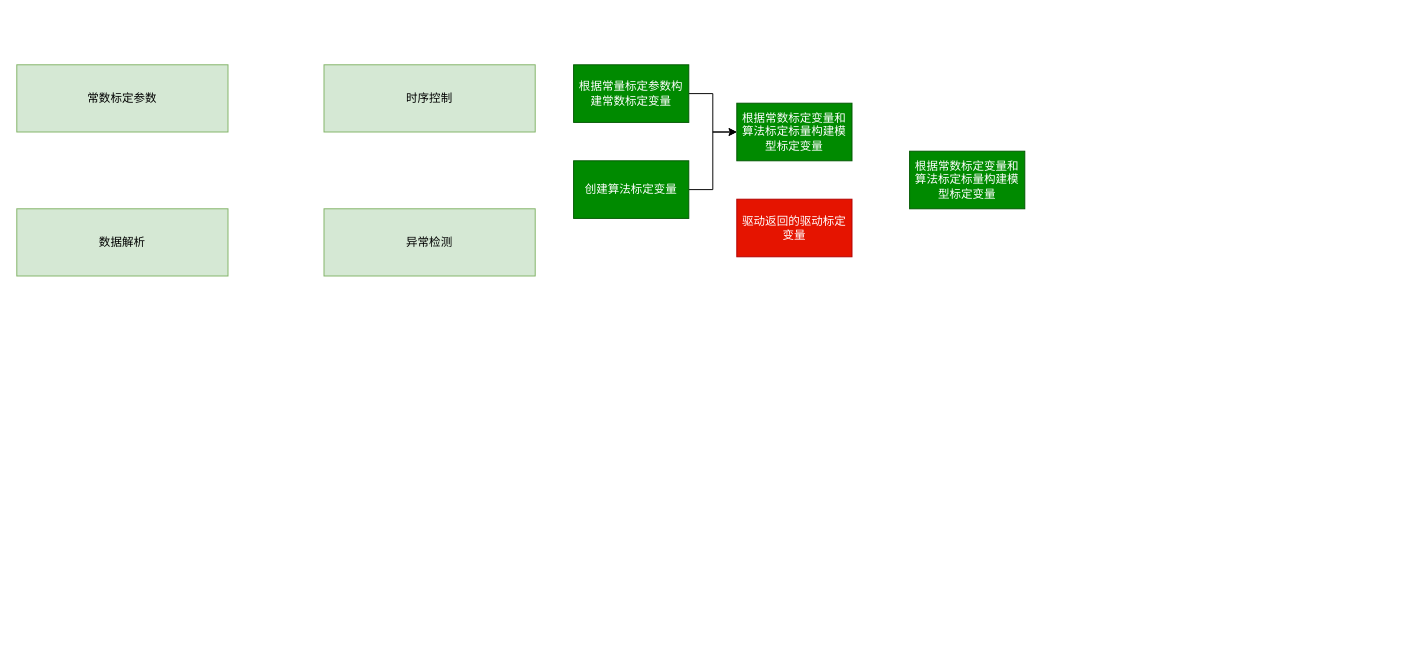
Earlier version of the draw.io diagram YDU2.0/超声波底层模型APAC模型.drawio (bugquella/diagrams). Source tidied: cells renumbered, new cells numbered last; positions are measured from the earlier drawing's top-left corner, leaving out a move shared by most shapes. Both pictures are drawn from the tidied source at 96%, with x=0, y=0 at pixel (16, 64).
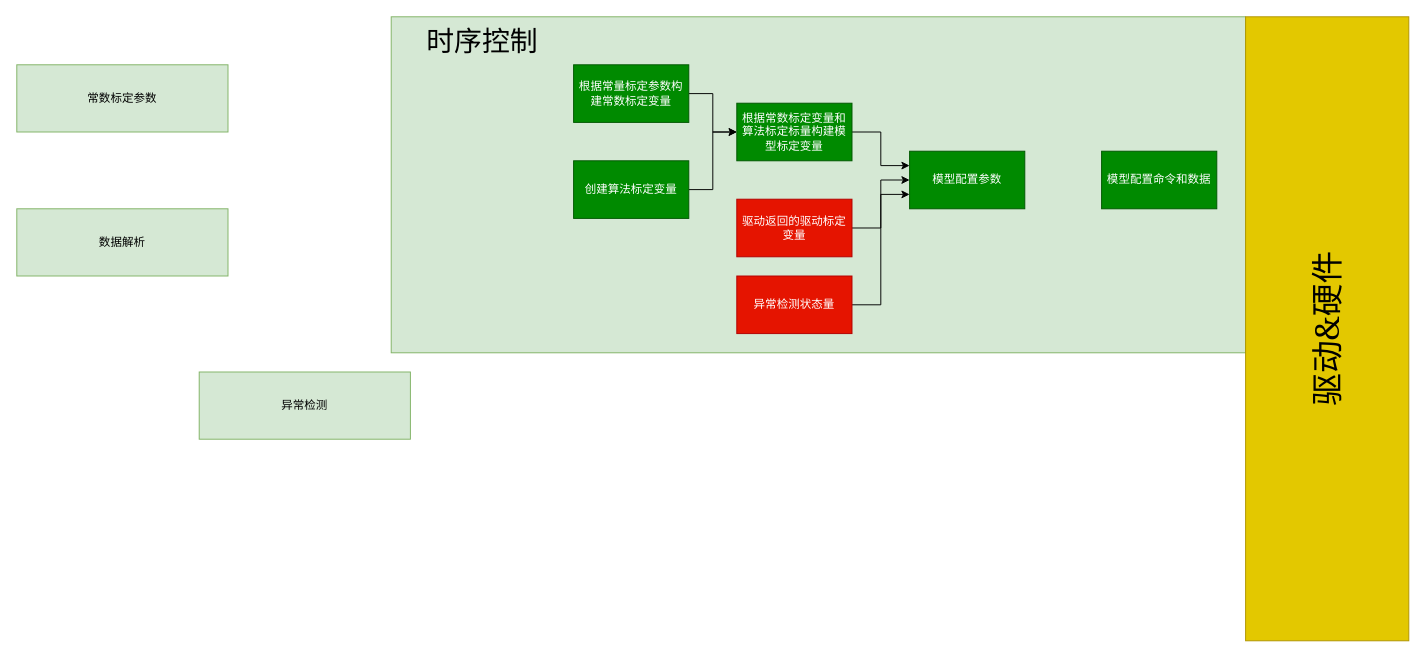
The same diagram, later.

Commit message (it also covers changes not shown here):
更新超声波底层模型APAC模型.drawio

The edit, as a diff of the source:
```diff
@@
 <mxGraphModel>
   <root>
     <mxCell id="0" />
     <mxCell id="1" parent="0" />
+    <mxCell id="3" style="rounded=0;whiteSpace=wrap;html=1;fillColor=#d5e8d4;strokeColor=#82b366;horizontal=1;" parent="1" vertex="1">
+      <mxGeometry x="390" y="-50" width="890" height="350" as="geometry" />
+    </mxCell>
     <mxCell id="2" value="常数标定参数" style="rounded=0;whiteSpace=wrap;html=1;fillColor=#d5e8d4;strokeColor=#82b366;" parent="1" vertex="1">
       <mxGeometry width="220" height="70" as="geometry" />
     </mxCell>
-    <mxCell id="3" value="时序控制" style="rounded=0;whiteSpace=wrap;html=1;fillColor=#d5e8d4;strokeColor=#82b366;" parent="1" vertex="1">
-      <mxGeometry x="320" width="220" height="70" as="geometry" />
-    </mxCell>
     <mxCell id="4" value="数据解析" style="rounded=0;whiteSpace=wrap;html=1;fillColor=#d5e8d4;strokeColor=#82b366;" parent="1" vertex="1">
       <mxGeometry y="150" width="220" height="70" as="geometry" />
     </mxCell>
     <mxCell id="5" value="异常检测" style="rounded=0;whiteSpace=wrap;html=1;fillColor=#d5e8d4;strokeColor=#82b366;" parent="1" vertex="1">
-      <mxGeometry x="320" y="150" width="220" height="70" as="geometry" />
+      <mxGeometry x="190" y="320" width="220" height="70" as="geometry" />
     </mxCell>
     <mxCell id="6" style="edgeStyle=orthogonalEdgeStyle;rounded=0;jettySize=auto;html=1;entryX=0;entryY=0.5;entryDx=0;entryDy=0;" parent="1" edge="1" source="7" target="10">
       <mxGeometry relative="1" as="geometry" />
     </mxCell>
     <mxCell id="7" value="根据常量标定参数构建常数标定变量" style="rounded=0;whiteSpace=wrap;html=1;fillColor=#008a00;strokeColor=#005700;fontColor=#ffffff;" parent="1" vertex="1">
       <mxGeometry x="580" width="120" height="60" as="geometry" />
     </mxCell>
     <mxCell id="8" style="edgeStyle=orthogonalEdgeStyle;rounded=0;jettySize=auto;html=1;entryX=0;entryY=0.5;entryDx=0;entryDy=0;" parent="1" edge="1" source="9" target="10">
       <mxGeometry relative="1" as="geometry" />
     </mxCell>
     <mxCell id="9" value="创建算法标定变量" style="rounded=0;whiteSpace=wrap;html=1;fillColor=#008a00;fontColor=#ffffff;strokeColor=#005700;" parent="1" vertex="1">
       <mxGeometry x="580" y="100" width="120" height="60" as="geometry" />
     </mxCell>
+    <mxCell id="13" style="edgeStyle=orthogonalEdgeStyle;rounded=0;jettySize=auto;html=1;entryX=0;entryY=0.25;entryDx=0;entryDy=0;fontFamily=Georgia;fontSize=34;" parent="1" edge="1" source="10" target="12">
+      <mxGeometry relative="1" as="geometry" />
+    </mxCell>
     <mxCell id="10" value="根据常数标定变量和算法标定标量构建模型标定变量" style="rounded=0;whiteSpace=wrap;html=1;fillColor=#008a00;fontColor=#ffffff;strokeColor=#005700;" parent="1" vertex="1">
       <mxGeometry x="750" y="40" width="120" height="60" as="geometry" />
     </mxCell>
+    <mxCell id="14" style="edgeStyle=orthogonalEdgeStyle;rounded=0;jettySize=auto;html=1;entryX=0;entryY=0.5;entryDx=0;entryDy=0;fontFamily=Georgia;fontSize=34;" parent="1" edge="1" source="11" target="12">
+      <mxGeometry relative="1" as="geometry" />
+    </mxCell>
     <mxCell id="11" value="驱动返回的驱动标定变量" style="rounded=0;whiteSpace=wrap;html=1;fillColor=#e51400;fontColor=#ffffff;strokeColor=#B20000;" parent="1" vertex="1">
       <mxGeometry x="750" y="140" width="120" height="60" as="geometry" />
     </mxCell>
-    <mxCell id="12" value="根据常数标定变量和算法标定标量构建模型标定变量" style="rounded=0;whiteSpace=wrap;html=1;fillColor=#008a00;fontColor=#ffffff;strokeColor=#005700;" parent="1" vertex="1">
+    <mxCell id="12" value="模型配置参数" style="rounded=0;whiteSpace=wrap;html=1;fillColor=#008a00;fontColor=#ffffff;strokeColor=#005700;" parent="1" vertex="1">
       <mxGeometry x="930" y="90" width="120" height="60" as="geometry" />
     </mxCell>
+    <mxCell id="15" style="edgeStyle=orthogonalEdgeStyle;rounded=0;jettySize=auto;html=1;entryX=0;entryY=0.75;entryDx=0;entryDy=0;fontFamily=Georgia;fontSize=34;" parent="1" edge="1" source="16" target="12">
+      <mxGeometry relative="1" as="geometry" />
+    </mxCell>
+    <mxCell id="16" value="异常检测状态量" style="rounded=0;whiteSpace=wrap;html=1;fillColor=#e51400;fontColor=#ffffff;strokeColor=#B20000;" parent="1" vertex="1">
+      <mxGeometry x="750" y="220" width="120" height="60" as="geometry" />
+    </mxCell>
+    <mxCell id="17" value="模型配置命令和数据" style="rounded=0;whiteSpace=wrap;html=1;fillColor=#008a00;fontColor=#ffffff;strokeColor=#005700;" parent="1" vertex="1">
+      <mxGeometry x="1130" y="90" width="120" height="60" as="geometry" />
+    </mxCell>
+    <mxCell id="18" value="&lt;font face=&quot;Georgia&quot;&gt;驱动&amp;amp;硬件&lt;/font&gt;" style="rounded=0;whiteSpace=wrap;html=1;fillColor=#e3c800;fontColor=#000000;strokeColor=#B09500;fontSize=34;horizontal=0;" parent="1" vertex="1">
+      <mxGeometry x="1280" y="-50" width="170" height="650" as="geometry" />
+    </mxCell>
+    <mxCell id="19" value="时序控制" style="text;html=1;strokeColor=none;fillColor=none;align=center;verticalAlign=middle;whiteSpace=wrap;rounded=0;fontSize=29;fontFamily=Georgia;" parent="1" vertex="1">
+      <mxGeometry x="400" y="-40" width="170" height="30" as="geometry" />
+    </mxCell>
   </root>
 </mxGraphModel>
```
